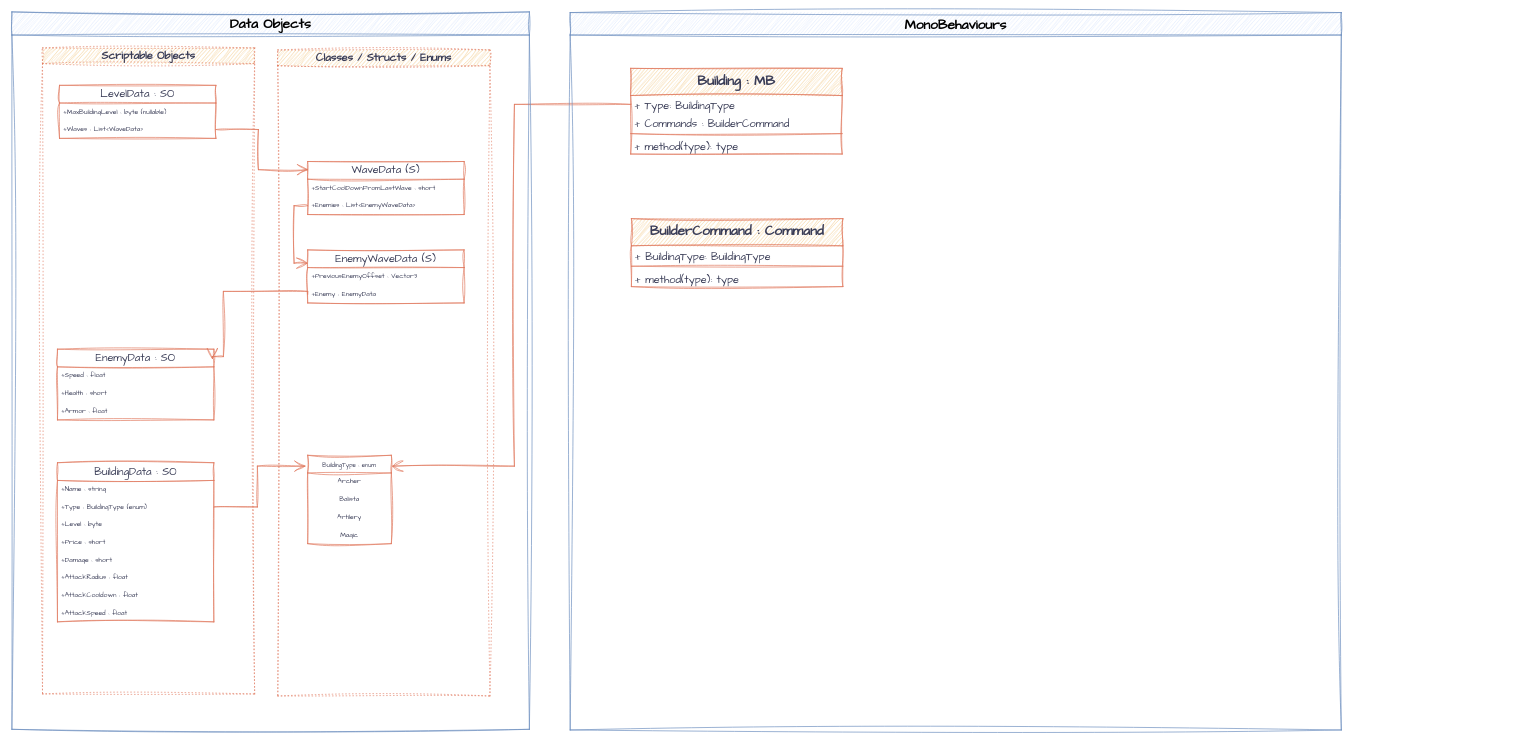
Above: DataScheme.drawio in emrullah-cengiz/TowerDefense (draw.io), before the change. Source tidied: cells renumbered, new cells numbered last; positions are measured from the earlier drawing's top-left corner, leaving out a move shared by most shapes. Both pictures are drawn from the tidied source at 68%, with x=0, y=0 at pixel (12, 12).
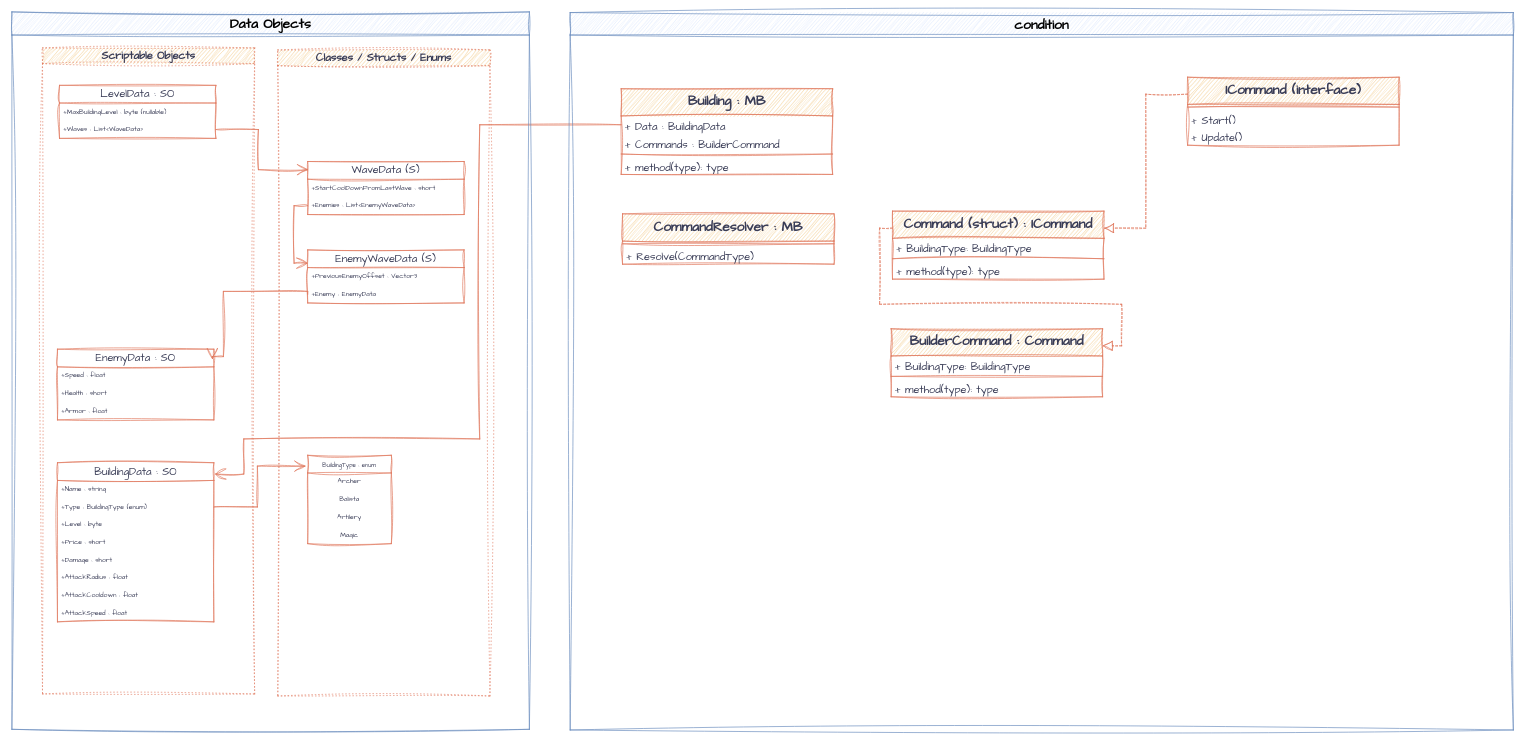
Above is the later version.

The change refers to these unchanged cells:
```xml
<mxCell id="12" value="&lt;font style=&quot;font-size: 16px;&quot;&gt;BuildingData : SO&lt;/font&gt;" style="swimlane;fontStyle=0;horizontal=1;startSize=26;fillColor=none;whiteSpace=wrap;html=1;sketch=1;hachureGap=4;jiggle=2;curveFitting=1;fontFamily=Architects Daughter;fontSize=16;labelBackgroundColor=none;strokeColor=#E07A5F;fontColor=#393C56;" parent="4" vertex="1">
  <mxGeometry x="22" y="610" width="230" height="234" as="geometry" />
</mxCell>
<mxCell id="29" value="&lt;font style=&quot;font-size: 9px;&quot;&gt;BuildingType : enum&lt;/font&gt;" style="swimlane;fontStyle=0;horizontal=1;startSize=26;fillColor=none;whiteSpace=wrap;html=1;sketch=1;hachureGap=4;jiggle=2;curveFitting=1;fontFamily=Architects Daughter;fontSize=16;labelBackgroundColor=none;strokeColor=#E07A5F;fontColor=#393C56;" parent="21" vertex="1">
  <mxGeometry x="44" y="596" width="123" height="130" as="geometry" />
</mxCell>
```

Diff of the diagram source:
```diff
@@
-    <mxCell id="2" style="edgeStyle=orthogonalEdgeStyle;shape=connector;rounded=0;sketch=1;hachureGap=4;jiggle=2;curveFitting=1;jettySize=auto;html=1;exitX=0;exitY=0.5;exitDx=0;exitDy=0;entryX=1.008;entryY=0.123;entryDx=0;entryDy=0;entryPerimeter=0;labelBackgroundColor=none;strokeColor=#E07A5F;fontFamily=Architects Daughter;fontSize=16;fontColor=default;endArrow=open;startSize=14;endSize=14;sourcePerimeterSpacing=8;targetPerimeterSpacing=8;fillColor=#F2CC8F;" parent="1" edge="1" source="40" target="29">
-      <mxGeometry relative="1" as="geometry" />
+    <mxCell id="2" style="edgeStyle=orthogonalEdgeStyle;shape=connector;rounded=0;sketch=1;hachureGap=4;jiggle=2;curveFitting=1;jettySize=auto;html=1;exitX=0;exitY=0.5;exitDx=0;exitDy=0;entryX=1.007;entryY=0.071;entryDx=0;entryDy=0;entryPerimeter=0;labelBackgroundColor=none;strokeColor=#E07A5F;fontFamily=Architects Daughter;fontSize=16;fontColor=default;endArrow=open;startSize=14;endSize=14;sourcePerimeterSpacing=8;targetPerimeterSpacing=8;fillColor=#F2CC8F;" parent="1" edge="1" source="40" target="12">
+      <mxGeometry relative="1" as="geometry">
+        <Array as="points">
+          <mxPoint x="688" y="166" />
+          <mxPoint x="688" y="628" />
+          <mxPoint x="341" y="628" />
+          <mxPoint x="341" y="680" />
+        </Array>
+      </mxGeometry>
     </mxCell>
@@
-    <mxCell id="38" value="MonoBehaviours" style="swimlane;whiteSpace=wrap;html=1;sketch=1;hachureGap=4;jiggle=2;curveFitting=1;strokeColor=#6c8ebf;fontFamily=Architects Daughter;fontSize=20;fillColor=#dae8fc;startSize=33;" parent="1" vertex="1">
-      <mxGeometry x="821" y="1" width="1134" height="1055" as="geometry" />
+    <mxCell id="38" value="condition&lt;br&gt;" style="swimlane;whiteSpace=wrap;html=1;sketch=1;hachureGap=4;jiggle=2;curveFitting=1;strokeColor=#6c8ebf;fontFamily=Architects Daughter;fontSize=20;fillColor=#dae8fc;startSize=33;swimlaneLine=1;" parent="1" vertex="1">
+      <mxGeometry x="821" y="1" width="1387" height="1055" as="geometry" />
     </mxCell>
     <mxCell id="39" value="Building : MB" style="swimlane;fontStyle=1;align=center;verticalAlign=top;horizontal=1;startSize=40;whiteSpace=wrap;html=1;sketch=1;hachureGap=4;jiggle=2;curveFitting=1;strokeColor=#E07A5F;fontFamily=Architects Daughter;fontSize=20;fontColor=#393C56;fillColor=#F2CC8F;labelBackgroundColor=none;" parent="38" vertex="1">
-      <mxGeometry x="89" y="82" width="311" height="126" as="geometry" />
+      <mxGeometry x="75" y="112" width="311" height="126" as="geometry" />
     </mxCell>
-    <mxCell id="40" value="+ Type: BuildingType" style="text;strokeColor=none;fillColor=none;align=left;verticalAlign=top;spacingLeft=4;spacingRight=4;overflow=hidden;points=[[0,0.5],[1,0.5]];portConstraint=eastwest;whiteSpace=wrap;html=1;fontSize=16;fontFamily=Architects Daughter;fontColor=#393C56;labelBackgroundColor=none;" parent="39" vertex="1">
+    <mxCell id="40" value="+ Data : BuildingData" style="text;strokeColor=none;fillColor=none;align=left;verticalAlign=top;spacingLeft=4;spacingRight=4;overflow=hidden;points=[[0,0.5],[1,0.5]];portConstraint=eastwest;whiteSpace=wrap;html=1;fontSize=16;fontFamily=Architects Daughter;fontColor=#393C56;labelBackgroundColor=none;" parent="39" vertex="1">
       <mxGeometry y="40" width="311" height="26" as="geometry" />
     </mxCell>
@@
     <mxCell id="44" value="BuilderCommand&amp;nbsp;: Command" style="swimlane;fontStyle=1;align=center;verticalAlign=top;horizontal=1;startSize=40;whiteSpace=wrap;html=1;sketch=1;hachureGap=4;jiggle=2;curveFitting=1;strokeColor=#E07A5F;fontFamily=Architects Daughter;fontSize=20;fontColor=#393C56;fillColor=#F2CC8F;labelBackgroundColor=none;" parent="38" vertex="1">
-      <mxGeometry x="90" y="303" width="311" height="100" as="geometry" />
+      <mxGeometry x="472" y="465" width="311" height="100" as="geometry" />
     </mxCell>
@@
+    <mxCell id="48" value="Command (struct) : ICommand" style="swimlane;fontStyle=1;align=center;verticalAlign=top;horizontal=1;startSize=40;whiteSpace=wrap;html=1;sketch=1;hachureGap=4;jiggle=2;curveFitting=1;strokeColor=#E07A5F;fontFamily=Architects Daughter;fontSize=20;fontColor=#393C56;fillColor=#F2CC8F;labelBackgroundColor=none;" parent="38" vertex="1">
+      <mxGeometry x="474" y="292" width="311" height="100" as="geometry" />
+    </mxCell>
+    <mxCell id="49" value="+ BuildingType: BuildingType" style="text;strokeColor=none;fillColor=none;align=left;verticalAlign=top;spacingLeft=4;spacingRight=4;overflow=hidden;whiteSpace=wrap;html=1;fontSize=16;fontFamily=Architects Daughter;fontColor=#393C56;labelBackgroundColor=none;" parent="48" vertex="1">
+      <mxGeometry y="40" width="311" height="26" as="geometry" />
+    </mxCell>
+    <mxCell id="50" style="line;strokeWidth=1;fillColor=none;align=left;verticalAlign=middle;spacingTop=-1;spacingLeft=3;spacingRight=3;labelPosition=right;strokeColor=#E07A5F;sketch=1;hachureGap=4;jiggle=2;curveFitting=1;fontFamily=Architects Daughter;fontSize=20;fontColor=#393C56;labelBackgroundColor=none;" parent="48" vertex="1">
+      <mxGeometry y="66" width="311" height="8" as="geometry" />
+    </mxCell>
+    <mxCell id="51" value="+ method(type): type" style="text;strokeColor=none;fillColor=none;align=left;verticalAlign=top;spacingLeft=4;spacingRight=4;overflow=hidden;whiteSpace=wrap;html=1;fontSize=16;fontFamily=Architects Daughter;fontColor=#393C56;labelBackgroundColor=none;" parent="48" vertex="1">
+      <mxGeometry y="74" width="311" height="26" as="geometry" />
+    </mxCell>
+    <mxCell id="52" value="ICommand (interface)" style="swimlane;fontStyle=1;align=center;verticalAlign=top;horizontal=1;startSize=40;whiteSpace=wrap;html=1;sketch=1;hachureGap=4;jiggle=2;curveFitting=1;strokeColor=#E07A5F;fontFamily=Architects Daughter;fontSize=20;fontColor=#393C56;fillColor=#F2CC8F;labelBackgroundColor=none;" parent="38" vertex="1">
+      <mxGeometry x="908" y="95" width="311" height="100" as="geometry" />
+    </mxCell>
+    <mxCell id="53" style="line;strokeWidth=1;fillColor=none;align=left;verticalAlign=middle;spacingTop=-1;spacingLeft=3;spacingRight=3;labelPosition=right;strokeColor=#E07A5F;sketch=1;hachureGap=4;jiggle=2;curveFitting=1;fontFamily=Architects Daughter;fontSize=20;fontColor=#393C56;labelBackgroundColor=none;" parent="52" vertex="1">
+      <mxGeometry y="40" width="311" height="8" as="geometry" />
+    </mxCell>
+    <mxCell id="54" value="+ Start()" style="text;strokeColor=none;fillColor=none;align=left;verticalAlign=top;spacingLeft=4;spacingRight=4;overflow=hidden;whiteSpace=wrap;html=1;fontSize=16;fontFamily=Architects Daughter;fontColor=#393C56;labelBackgroundColor=none;" parent="52" vertex="1">
+      <mxGeometry y="48" width="311" height="26" as="geometry" />
+    </mxCell>
+    <mxCell id="55" value="+ Update()" style="text;strokeColor=none;fillColor=none;align=left;verticalAlign=top;spacingLeft=4;spacingRight=4;overflow=hidden;whiteSpace=wrap;html=1;fontSize=16;fontFamily=Architects Daughter;fontColor=#393C56;labelBackgroundColor=none;" parent="52" vertex="1">
+      <mxGeometry y="74" width="311" height="26" as="geometry" />
+    </mxCell>
+    <mxCell id="56" style="endArrow=block;dashed=1;endFill=0;endSize=12;html=1;rounded=0;sketch=1;hachureGap=4;jiggle=2;curveFitting=1;strokeColor=#E07A5F;fontFamily=Architects Daughter;fontSize=16;fontColor=#393C56;sourcePerimeterSpacing=8;targetPerimeterSpacing=8;fillColor=#F2CC8F;exitX=0;exitY=0.25;exitDx=0;exitDy=0;entryX=1;entryY=0.25;entryDx=0;entryDy=0;edgeStyle=orthogonalEdgeStyle;" parent="38" edge="1" source="52" target="48">
+      <mxGeometry relative="1" as="geometry" />
+    </mxCell>
+    <mxCell id="57" style="endArrow=block;dashed=1;endFill=0;endSize=12;html=1;rounded=0;sketch=1;hachureGap=4;jiggle=2;curveFitting=1;strokeColor=#E07A5F;fontFamily=Architects Daughter;fontSize=16;fontColor=#393C56;sourcePerimeterSpacing=8;targetPerimeterSpacing=8;fillColor=#F2CC8F;exitX=0;exitY=0.25;exitDx=0;exitDy=0;entryX=1;entryY=0.25;entryDx=0;entryDy=0;edgeStyle=orthogonalEdgeStyle;swimlaneLine=1;" parent="38" edge="1" source="48" target="44">
+      <mxGeometry relative="1" as="geometry">
+        <Array as="points">
+          <mxPoint x="455" y="317" />
+          <mxPoint x="455" y="429" />
+          <mxPoint x="811" y="429" />
+          <mxPoint x="811" y="490" />
+        </Array>
+      </mxGeometry>
+    </mxCell>
+    <mxCell id="58" value="CommandResolver : MB" style="swimlane;fontStyle=1;align=center;verticalAlign=top;horizontal=1;startSize=40;whiteSpace=wrap;html=1;sketch=1;hachureGap=4;jiggle=2;curveFitting=1;strokeColor=#E07A5F;fontFamily=Architects Daughter;fontSize=20;fontColor=#393C56;fillColor=#F2CC8F;labelBackgroundColor=none;" parent="38" vertex="1">
+      <mxGeometry x="77" y="296" width="311" height="74" as="geometry" />
+    </mxCell>
+    <mxCell id="59" style="line;strokeWidth=1;fillColor=none;align=left;verticalAlign=middle;spacingTop=-1;spacingLeft=3;spacingRight=3;labelPosition=right;strokeColor=#E07A5F;sketch=1;hachureGap=4;jiggle=2;curveFitting=1;fontFamily=Architects Daughter;fontSize=20;fontColor=#393C56;labelBackgroundColor=none;" parent="58" vertex="1">
+      <mxGeometry y="40" width="311" height="8" as="geometry" />
+    </mxCell>
+    <mxCell id="60" value="+ Resolve(CommandType)" style="text;strokeColor=none;fillColor=none;align=left;verticalAlign=top;spacingLeft=4;spacingRight=4;overflow=hidden;whiteSpace=wrap;html=1;fontSize=16;fontFamily=Architects Daughter;fontColor=#393C56;labelBackgroundColor=none;" parent="58" vertex="1">
+      <mxGeometry y="48" width="311" height="26" as="geometry" />
+    </mxCell>
```
